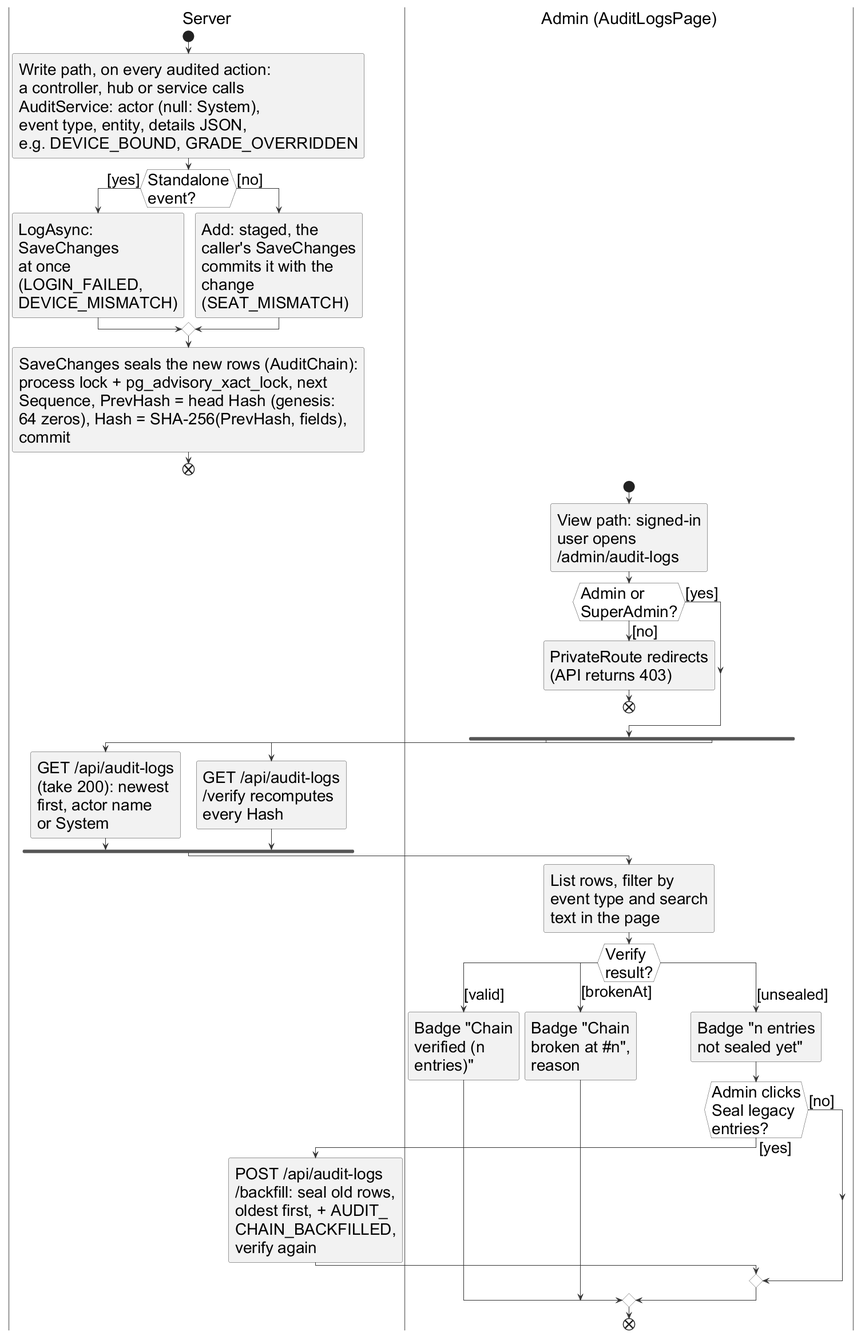
Haiderali27-hub/AI-Lab-Monitoring- keeps this PlantUML diagram as important docs/fyp_doc_3chatp/Figures/activity_audit.png. Above is the earlier version. Its source is kept beside it as important docs/fyp_doc_3chatp/Figures/src/activity_audit.puml.
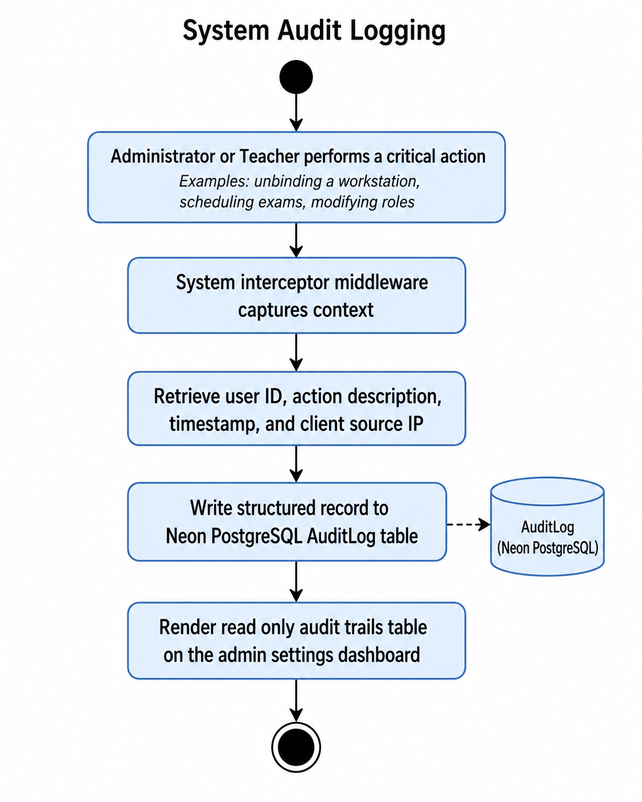
The same diagram one commit later.

The edit, as a diff of the source:
```diff
@@ -9,80 +9,61 @@
   TitleFontSize 29
 }
 |Server|
-|Admin (AuditLogsPage)|
+|Admin (Audit page)|
 |Server|
 start
-:Write path, on every audited action:
-a controller, hub or service calls
-AuditService: actor (null: System),
-event type, entity, details JSON,
-e.g. DEVICE_BOUND, GRADE_OVERRIDDEN;
+:Audited action calls
+AuditService (actor,
+event, entity, details);
 if (Standalone\nevent?) then ([yes])
-  :LogAsync:
-  SaveChanges
-  at once
-  (LOGIN_FAILED,
-  DEVICE_MISMATCH);
+  :Save at once
+  (e.g. LOGIN_
+  FAILED);
 else ([no])
-  :Add: staged, the
-  caller's SaveChanges
-  commits it with the
-  change
-  (SEAT_MISMATCH);
+  :Save with the
+  change (e.g.
+  SEAT_MISMATCH);
 endif
-:SaveChanges seals the new rows (AuditChain):
-process lock + pg_advisory_xact_lock, next
-Sequence, PrevHash = head Hash (genesis:
-64 zeros), Hash = SHA-256(PrevHash, fields),
-commit;
+:Seal new rows: sequence,
+previous hash, SHA-256;
 end
-|Admin (AuditLogsPage)|
+|Admin (Audit page)|
 start
-:View path: signed-in
-user opens
-/admin/audit-logs;
-if (Admin or\nSuperAdmin?) then ([no])
-  :PrivateRoute redirects
-  (API returns 403);
+:Open the
+audit log;
+if (Admin?) then ([no])
+  :Redirect;
   end
 else ([yes])
 endif
 fork
   |Server|
-  :GET /api/audit-logs
-  (take 200): newest
-  first, actor name
-  or System;
+  :Load latest
+  200 entries;
 fork again
   |Server|
-  :GET /api/audit-logs
-  /verify recomputes
-  every Hash;
+  :Verify the
+  hash chain;
 end fork
-|Admin (AuditLogsPage)|
-:List rows, filter by
-event type and search
-text in the page;
+|Admin (Audit page)|
+:List and filter
+entries;
 switch (Verify\nresult?)
 case ([valid])
-  :Badge "Chain
-  verified (n
-  entries)";
-case ([brokenAt])
-  :Badge "Chain
-  broken at #n",
-  reason;
+  :Chain
+  verified;
+case ([broken])
+  :Broken
+  at #n;
 case ([unsealed])
-  :Badge "n entries
-  not sealed yet";
-  if (Admin clicks\nSeal legacy\nentries?) then ([yes])
+  :n entries
+  not sealed;
+  if (Seal legacy\nentries?) then ([yes])
     |Server|
-    :POST /api/audit-logs
-    /backfill: seal old rows,
-    oldest first, + AUDIT_
-    CHAIN_BACKFILLED,
-    verify again;
-    |Admin (AuditLogsPage)|
+    :Seal old rows,
+    audit, verify
+    again;
+    |Admin (Audit page)|
   else ([no])
   endif
 endswitch
```
